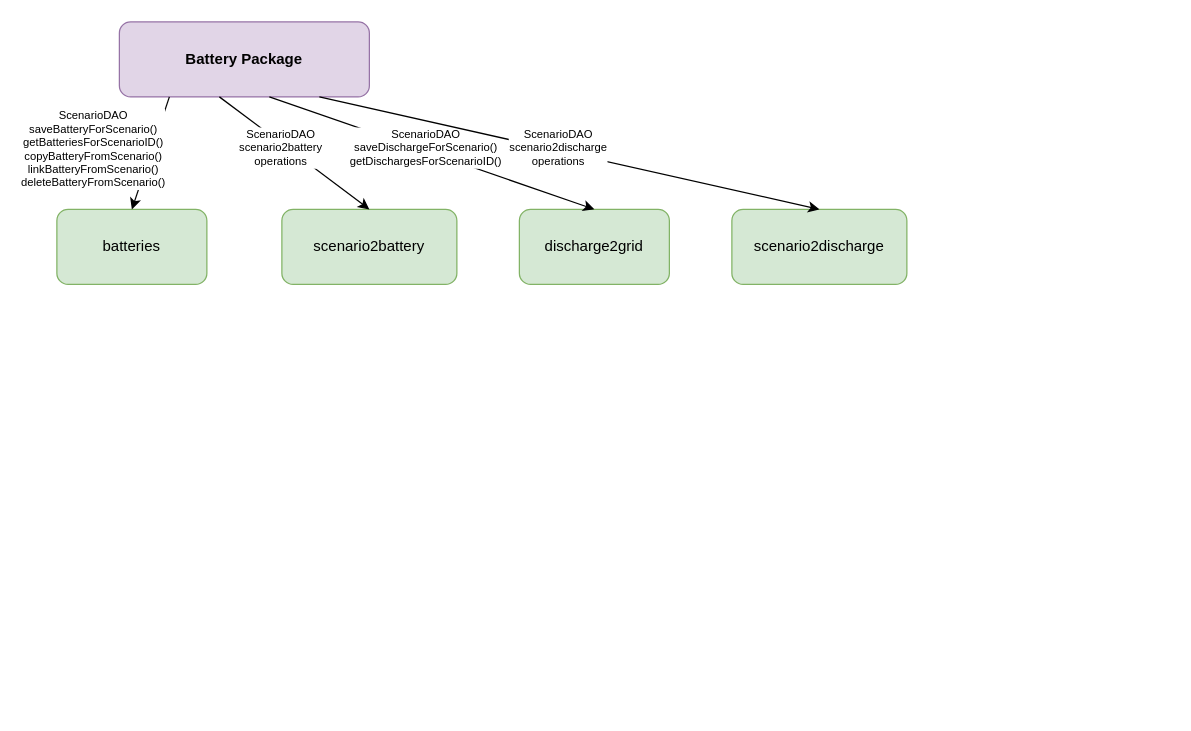
Tonyslogic/comparetout keeps this draw.io diagram as docs/model/battery-package.drawio. Above is the earlier version. Source tidied: cells renumbered, new cells numbered last; positions are measured from the earlier drawing's top-left corner, leaving out a move shared by most shapes. Both pictures are drawn from the tidied source at 125%, with x=0, y=0 at pixel (56, 21).
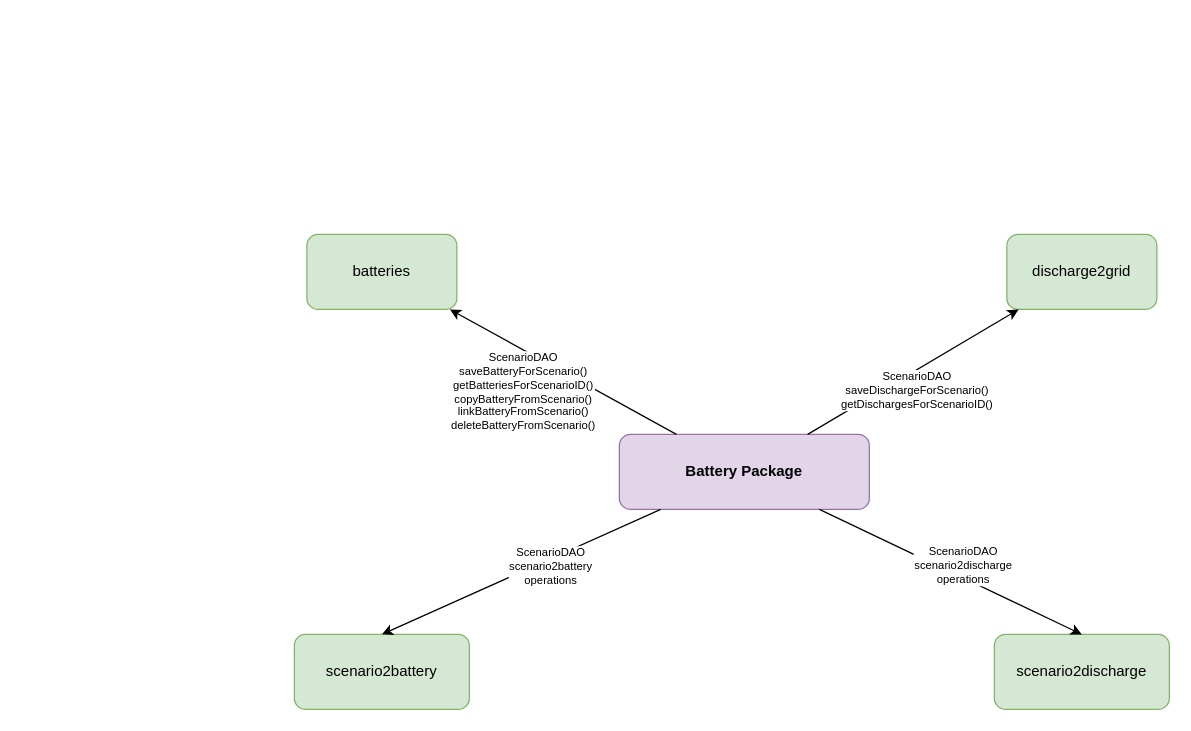
After the change.

Change to the diagram source:
```diff
@@
 <mxGraphModel>
   <root>
     <mxCell id="0" />
     <mxCell id="1" parent="0" />
     <mxCell id="2" value="Battery Package" style="rounded=1;whiteSpace=wrap;html=1;fillColor=#E1D5E7;strokeColor=#9673A6;fontColor=#000000;fontStyle=1;" parent="1" vertex="1">
-      <mxGeometry x="50" width="200" height="60" as="geometry" />
+      <mxGeometry x="450" y="330" width="200" height="60" as="geometry" />
     </mxCell>
     <mxCell id="3" value="batteries" style="rounded=1;whiteSpace=wrap;html=1;fillColor=#D5E8D4;strokeColor=#82B366;fontColor=#000000;" parent="1" vertex="1">
-      <mxGeometry y="150" width="120" height="60" as="geometry" />
+      <mxGeometry x="200" y="170" width="120" height="60" as="geometry" />
     </mxCell>
     <mxCell id="4" value="scenario2battery" style="rounded=1;whiteSpace=wrap;html=1;fillColor=#D5E8D4;strokeColor=#82B366;fontColor=#000000;" parent="1" vertex="1">
-      <mxGeometry x="180" y="150" width="140" height="60" as="geometry" />
+      <mxGeometry x="190" y="490" width="140" height="60" as="geometry" />
     </mxCell>
     <mxCell id="5" value="discharge2grid" style="rounded=1;whiteSpace=wrap;html=1;fillColor=#D5E8D4;strokeColor=#82B366;fontColor=#000000;" parent="1" vertex="1">
-      <mxGeometry x="370" y="150" width="120" height="60" as="geometry" />
+      <mxGeometry x="760" y="170" width="120" height="60" as="geometry" />
     </mxCell>
     <mxCell id="6" value="scenario2discharge" style="rounded=1;whiteSpace=wrap;html=1;fillColor=#D5E8D4;strokeColor=#82B366;fontColor=#000000;" parent="1" vertex="1">
-      <mxGeometry x="540" y="150" width="140" height="60" as="geometry" />
+      <mxGeometry x="750" y="490" width="140" height="60" as="geometry" />
     </mxCell>
-    <mxCell id="7" style="endArrow=classic;html=1;rounded=1;exitX=0.2;exitY=1;exitDx=0;exitDy=0;entryX=0.5;entryY=0;entryDx=0;entryDy=0;" parent="1" edge="1" source="2" target="3">
+    <mxCell id="7" style="endArrow=classic;html=1;rounded=1;" parent="1" edge="1" source="2" target="3">
       <mxGeometry relative="1" as="geometry" />
     </mxCell>
     <mxCell id="8" value="ScenarioDAO&#10;saveBatteryForScenario()&#10;getBatteriesForScenarioID()&#10;copyBatteryFromScenario()&#10;linkBatteryFromScenario()&#10;deleteBatteryFromScenario()" style="edgeLabel;html=1;align=center;verticalAlign=middle;fontSize=9;fontColor=#000000;labelBackgroundColor=#FFFFFF;" parent="7" vertex="1">
       <mxGeometry x="-0.2" y="1" relative="1" as="geometry">
         <mxPoint x="-50" y="5" as="offset" />
       </mxGeometry>
     </mxCell>
-    <mxCell id="9" style="endArrow=classic;html=1;rounded=1;exitX=0.4;exitY=1;exitDx=0;exitDy=0;entryX=0.5;entryY=0;entryDx=0;entryDy=0;" parent="1" edge="1" source="2" target="4">
+    <mxCell id="9" style="endArrow=classic;html=1;rounded=1;entryX=0.5;entryY=0;entryDx=0;entryDy=0;" parent="1" edge="1" source="2" target="4">
       <mxGeometry relative="1" as="geometry" />
     </mxCell>
     <mxCell id="10" value="ScenarioDAO&#10;scenario2battery&#10;operations" style="edgeLabel;html=1;align=center;verticalAlign=middle;fontSize=9;fontColor=#000000;labelBackgroundColor=#FFFFFF;" parent="9" vertex="1">
       <mxGeometry x="-0.2" y="1" relative="1" as="geometry">
         <mxPoint y="5" as="offset" />
       </mxGeometry>
     </mxCell>
-    <mxCell id="11" style="endArrow=classic;html=1;rounded=1;exitX=0.6;exitY=1;exitDx=0;exitDy=0;entryX=0.5;entryY=0;entryDx=0;entryDy=0;" parent="1" edge="1" source="2" target="5">
+    <mxCell id="11" style="endArrow=classic;html=1;rounded=1;" parent="1" edge="1" source="2" target="5">
       <mxGeometry relative="1" as="geometry" />
     </mxCell>
     <mxCell id="12" value="ScenarioDAO&#10;saveDischargeForScenario()&#10;getDischargesForScenarioID()" style="edgeLabel;html=1;align=center;verticalAlign=middle;fontSize=9;fontColor=#000000;labelBackgroundColor=#FFFFFF;" parent="11" vertex="1">
       <mxGeometry x="-0.2" y="1" relative="1" as="geometry">
         <mxPoint x="20" y="5" as="offset" />
       </mxGeometry>
     </mxCell>
     <mxCell id="13" style="endArrow=classic;html=1;rounded=1;exitX=0.8;exitY=1;exitDx=0;exitDy=0;entryX=0.5;entryY=0;entryDx=0;entryDy=0;" parent="1" edge="1" source="2" target="6">
       <mxGeometry relative="1" as="geometry" />
     </mxCell>
     <mxCell id="14" value="ScenarioDAO&#10;scenario2discharge&#10;operations" style="edgeLabel;html=1;align=center;verticalAlign=middle;fontSize=9;fontColor=#000000;labelBackgroundColor=#FFFFFF;" parent="13" vertex="1">
       <mxGeometry x="-0.2" y="1" relative="1" as="geometry">
         <mxPoint x="30" y="5" as="offset" />
       </mxGeometry>
     </mxCell>
   </root>
 </mxGraphModel>
```
